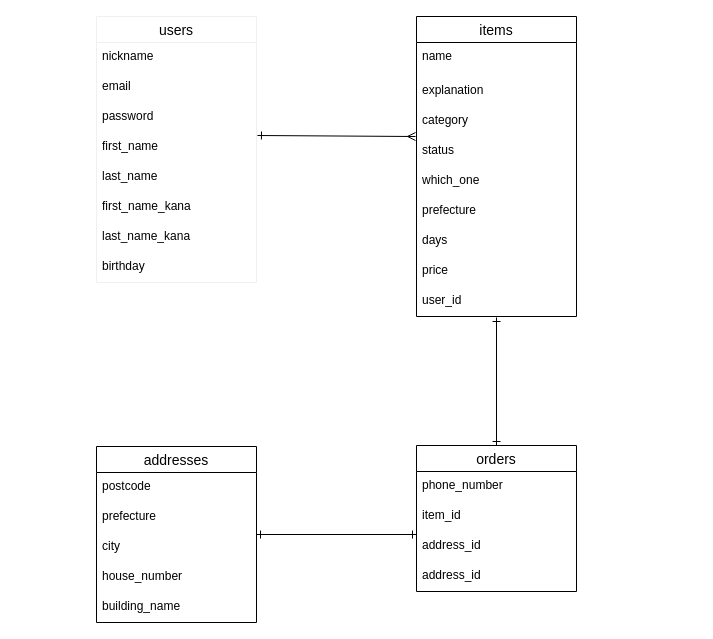
Before: er.dio in siroyuri/furima-37028, a draw.io diagram. Source tidied: cells renumbered, new cells numbered last; positions are measured from the earlier drawing's top-left corner, leaving out a move shared by most shapes. Both pictures are drawn from the tidied source at 100%, with x=0, y=0 at pixel (96, 16).
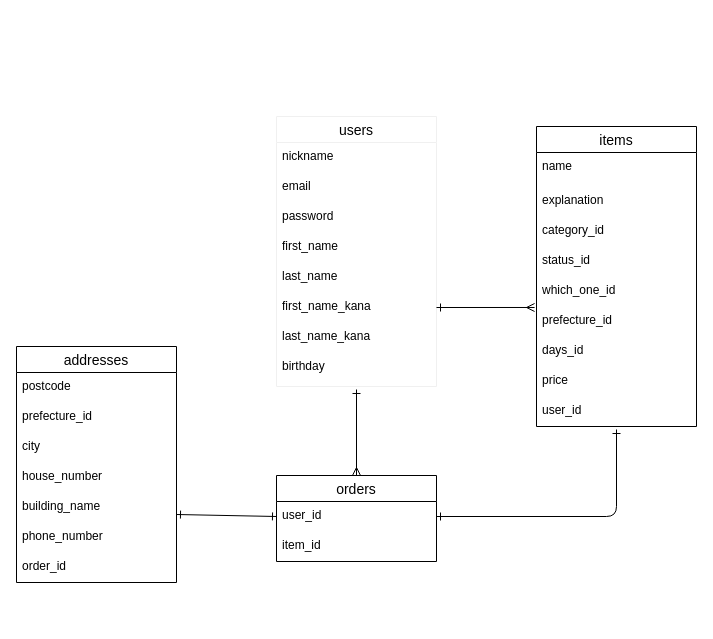
The same diagram, later.

The change refers to these unchanged cells:
```xml
<mxCell id="6" value="first_name" style="text;strokeColor=none;fillColor=none;spacingLeft=4;spacingRight=4;overflow=hidden;points=[[0,0.5],[1,0.5]];portConstraint=eastwest;fontSize=12;" parent="2" vertex="1">
  <mxGeometry y="116" width="160" height="30" as="geometry" />
</mxCell>
<mxCell id="8" value="first_name_kana" style="text;strokeColor=none;fillColor=none;spacingLeft=4;spacingRight=4;overflow=hidden;points=[[0,0.5],[1,0.5]];portConstraint=eastwest;fontSize=12;" parent="2" vertex="1">
  <mxGeometry y="176" width="160" height="30" as="geometry" />
</mxCell>
<mxCell id="14" value="city" style="text;strokeColor=none;fillColor=none;spacingLeft=4;spacingRight=4;overflow=hidden;points=[[0,0.5],[1,0.5]];portConstraint=eastwest;fontSize=12;" parent="11" vertex="1">
  <mxGeometry y="86" width="160" height="30" as="geometry" />
</mxCell>
<mxCell id="26" value="user_id" style="text;strokeColor=none;fillColor=none;spacingLeft=4;spacingRight=4;overflow=hidden;points=[[0,0.5],[1,0.5]];portConstraint=eastwest;fontSize=12;" parent="17" vertex="1">
  <mxGeometry y="270" width="160" height="30" as="geometry" />
</mxCell>
<mxCell id="31" value="item_id" style="text;strokeColor=none;fillColor=none;spacingLeft=4;spacingRight=4;overflow=hidden;points=[[0,0.5],[1,0.5]];portConstraint=eastwest;fontSize=12;" parent="29" vertex="1">
  <mxGeometry y="56" width="160" height="30" as="geometry" />
</mxCell>
```

Change to the diagram source:
```diff
@@
     <mxCell id="2" value="users" style="swimlane;fontStyle=0;horizontal=1;startSize=26;align=center;fontSize=14;strokeColor=#f0f0f0;" parent="1" vertex="1">
-      <mxGeometry width="160" height="266" as="geometry" />
+      <mxGeometry x="180" y="100" width="160" height="270" as="geometry" />
     </mxCell>
@@
     <mxCell id="10" value="birthday" style="text;strokeColor=none;fillColor=none;spacingLeft=4;spacingRight=4;overflow=hidden;points=[[0,0.5],[1,0.5]];portConstraint=eastwest;fontSize=12;" parent="2" vertex="1">
-      <mxGeometry y="236" width="160" height="30" as="geometry" />
+      <mxGeometry y="236" width="160" height="34" as="geometry" />
     </mxCell>
     <mxCell id="11" value="addresses" style="swimlane;fontStyle=0;horizontal=1;startSize=26;align=center;fontSize=14;" parent="1" vertex="1">
-      <mxGeometry y="430" width="160" height="176" as="geometry" />
+      <mxGeometry x="-80" y="330" width="160" height="236" as="geometry" />
     </mxCell>
@@
-    <mxCell id="13" value="prefecture" style="text;strokeColor=none;fillColor=none;spacingLeft=4;spacingRight=4;overflow=hidden;fontSize=12;" parent="11" vertex="1">
+    <mxCell id="13" value="prefecture_id" style="text;strokeColor=none;fillColor=none;spacingLeft=4;spacingRight=4;overflow=hidden;fontSize=12;" parent="11" vertex="1">
       <mxGeometry y="56" width="160" height="30" as="geometry" />
     </mxCell>
@@
+    <mxCell id="30" value="phone_number" style="text;strokeColor=none;fillColor=none;spacingLeft=4;spacingRight=4;overflow=hidden;fontSize=12;" parent="11" vertex="1">
+      <mxGeometry y="176" width="160" height="30" as="geometry" />
+    </mxCell>
+    <mxCell id="35" value="order_id" style="text;strokeColor=none;fillColor=none;spacingLeft=4;spacingRight=4;overflow=hidden;fontSize=12;" parent="11" vertex="1">
+      <mxGeometry y="206" width="160" height="30" as="geometry" />
+    </mxCell>
     <mxCell id="17" value="items" style="swimlane;fontStyle=0;horizontal=1;startSize=26;align=center;fontSize=14;" parent="1" vertex="1">
-      <mxGeometry x="320" width="160" height="300" as="geometry" />
+      <mxGeometry x="440" y="110" width="160" height="300" as="geometry" />
     </mxCell>
@@
-    <mxCell id="20" value="category" style="text;strokeColor=none;fillColor=none;spacingLeft=4;spacingRight=4;overflow=hidden;fontSize=12;" parent="17" vertex="1">
+    <mxCell id="20" value="category_id" style="text;strokeColor=none;fillColor=none;spacingLeft=4;spacingRight=4;overflow=hidden;fontSize=12;" parent="17" vertex="1">
       <mxGeometry y="90" width="160" height="30" as="geometry" />
     </mxCell>
-    <mxCell id="21" value="status" style="text;strokeColor=none;fillColor=none;spacingLeft=4;spacingRight=4;overflow=hidden;points=[[0,0.5],[1,0.5]];portConstraint=eastwest;fontSize=12;" parent="17" vertex="1">
+    <mxCell id="21" value="status_id" style="text;strokeColor=none;fillColor=none;spacingLeft=4;spacingRight=4;overflow=hidden;points=[[0,0.5],[1,0.5]];portConstraint=eastwest;fontSize=12;" parent="17" vertex="1">
       <mxGeometry y="120" width="160" height="30" as="geometry" />
     </mxCell>
-    <mxCell id="22" value="which_one" style="text;strokeColor=none;fillColor=none;spacingLeft=4;spacingRight=4;overflow=hidden;fontSize=12;" parent="17" vertex="1">
+    <mxCell id="22" value="which_one_id" style="text;strokeColor=none;fillColor=none;spacingLeft=4;spacingRight=4;overflow=hidden;fontSize=12;" parent="17" vertex="1">
       <mxGeometry y="150" width="160" height="30" as="geometry" />
     </mxCell>
-    <mxCell id="23" value="prefecture" style="text;strokeColor=none;fillColor=none;spacingLeft=4;spacingRight=4;overflow=hidden;points=[[0,0.5],[1,0.5]];portConstraint=eastwest;fontSize=12;" parent="17" vertex="1">
+    <mxCell id="23" value="prefecture_id" style="text;strokeColor=none;fillColor=none;spacingLeft=4;spacingRight=4;overflow=hidden;points=[[0,0.5],[1,0.5]];portConstraint=eastwest;fontSize=12;" parent="17" vertex="1">
       <mxGeometry y="180" width="160" height="30" as="geometry" />
     </mxCell>
-    <mxCell id="24" value="days" style="text;strokeColor=none;fillColor=none;spacingLeft=4;spacingRight=4;overflow=hidden;fontSize=12;" parent="17" vertex="1">
+    <mxCell id="24" value="days_id" style="text;strokeColor=none;fillColor=none;spacingLeft=4;spacingRight=4;overflow=hidden;fontSize=12;" parent="17" vertex="1">
       <mxGeometry y="210" width="160" height="30" as="geometry" />
     </mxCell>
@@
-    <mxCell id="27" style="fontSize=12;html=1;endArrow=ERone;startArrow=ERone;exitX=0.5;exitY=0;exitDx=0;exitDy=0;endFill=0;startFill=0;" parent="1" edge="1" source="29">
-      <mxGeometry relative="1" as="geometry">
-        <mxPoint x="400" y="301" as="targetPoint" />
-      </mxGeometry>
-    </mxCell>
-    <mxCell id="28" style="fontSize=12;html=1;endArrow=ERmany;entryX=-0.006;entryY=0;entryDx=0;entryDy=0;exitX=1.006;exitY=0.1;exitDx=0;exitDy=0;exitPerimeter=0;entryPerimeter=0;endFill=0;startArrow=ERone;startFill=0;" parent="1" edge="1" source="6" target="21">
-      <mxGeometry relative="1" as="geometry" />
-    </mxCell>
     <mxCell id="29" value="orders" style="swimlane;fontStyle=0;horizontal=1;startSize=26;align=center;fontSize=14;" parent="1" vertex="1">
-      <mxGeometry x="320" y="429" width="160" height="146" as="geometry" />
+      <mxGeometry x="180" y="459" width="160" height="86" as="geometry" />
     </mxCell>
-    <mxCell id="30" value="phone_number" style="text;strokeColor=none;fillColor=none;spacingLeft=4;spacingRight=4;overflow=hidden;fontSize=12;" parent="29" vertex="1">
-      <mxGeometry y="26" width="160" height="30" as="geometry" />
-    </mxCell>
+    <mxCell id="32" value="user_id" style="text;strokeColor=none;fillColor=none;spacingLeft=4;spacingRight=4;overflow=hidden;points=[[0,0.5],[1,0.5]];portConstraint=eastwest;fontSize=12;" parent="29" vertex="1">
+      <mxGeometry y="26" width="160" height="30" as="geometry" />
+    </mxCell>
@@
-    <mxCell id="32" value="address_id" style="text;strokeColor=none;fillColor=none;spacingLeft=4;spacingRight=4;overflow=hidden;points=[[0,0.5],[1,0.5]];portConstraint=eastwest;fontSize=12;" parent="29" vertex="1">
-      <mxGeometry y="86" width="160" height="30" as="geometry" />
-    </mxCell>
-    <mxCell id="33" value="address_id" style="text;strokeColor=none;fillColor=none;spacingLeft=4;spacingRight=4;overflow=hidden;fontSize=12;" parent="29" vertex="1">
-      <mxGeometry y="116" width="160" height="30" as="geometry" />
-    </mxCell>
-    <mxCell id="34" style="fontSize=12;html=1;endArrow=ERone;startArrow=ERone;exitX=0;exitY=1.1;exitDx=0;exitDy=0;entryX=1;entryY=0.067;entryDx=0;entryDy=0;entryPerimeter=0;exitPerimeter=0;startFill=0;endFill=0;" parent="1" edge="1" source="31" target="14">
-      <mxGeometry relative="1" as="geometry" />
-    </mxCell>
+    <mxCell id="36" style="edgeStyle=none;html=1;exitX=1;exitY=0.5;exitDx=0;exitDy=0;entryX=-0.012;entryY=0.033;entryDx=0;entryDy=0;entryPerimeter=0;startArrow=ERone;startFill=0;endArrow=ERmany;endFill=0;" parent="1" edge="1" source="8" target="23">
+      <mxGeometry relative="1" as="geometry" />
+    </mxCell>
+    <mxCell id="37" style="edgeStyle=none;html=1;exitX=0.5;exitY=1.088;exitDx=0;exitDy=0;entryX=0.5;entryY=0;entryDx=0;entryDy=0;startArrow=ERone;startFill=0;endArrow=ERmany;endFill=0;exitPerimeter=0;" parent="1" edge="1" source="10" target="29">
+      <mxGeometry relative="1" as="geometry" />
+    </mxCell>
+    <mxCell id="38" style="edgeStyle=orthogonalEdgeStyle;html=1;exitX=1;exitY=0.5;exitDx=0;exitDy=0;entryX=0.5;entryY=1.1;entryDx=0;entryDy=0;entryPerimeter=0;startArrow=ERone;startFill=0;endArrow=ERone;endFill=0;" parent="1" edge="1" source="32" target="26">
+      <mxGeometry relative="1" as="geometry">
+        <Array as="points">
+          <mxPoint x="520" y="500" />
+        </Array>
+      </mxGeometry>
+    </mxCell>
+    <mxCell id="39" style="html=1;exitX=0;exitY=0.5;exitDx=0;exitDy=0;startArrow=ERone;startFill=0;endArrow=ERone;endFill=0;" parent="1" edge="1" source="32">
+      <mxGeometry relative="1" as="geometry">
+        <mxPoint x="80" y="498" as="targetPoint" />
+      </mxGeometry>
+    </mxCell>
```
